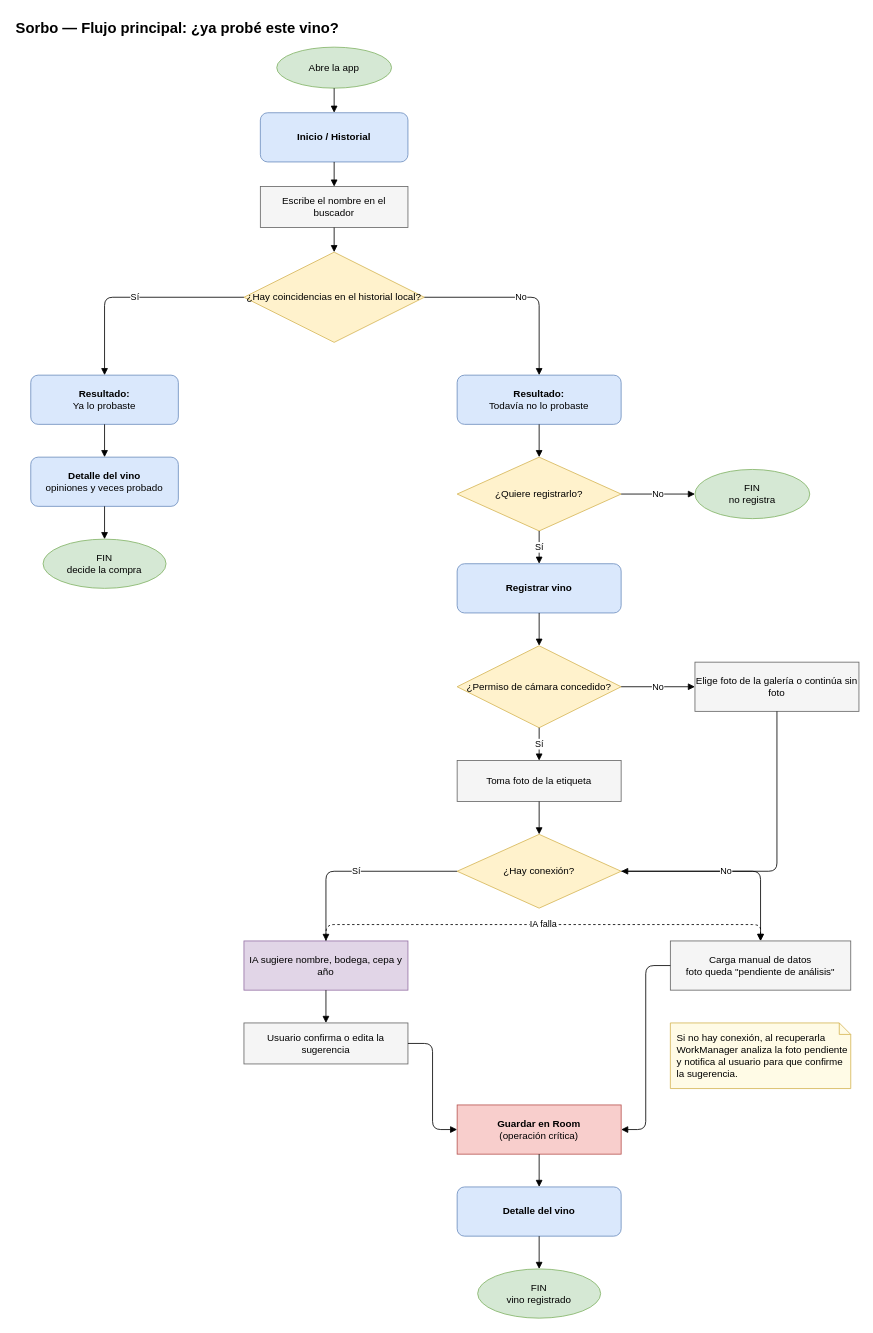
Before: page "Flujo de pantallas" (1 of 5) of docs/diagramas/sorbo.drawio in alejogarciabosio/sorbo-app, a draw.io diagram. Source tidied: cells renumbered, new cells numbered last; positions are measured from the earlier drawing's top-left corner, leaving out a move shared by most shapes. Both pictures are drawn from the tidied source at 82%, with x=0, y=0 at pixel (14, 14).
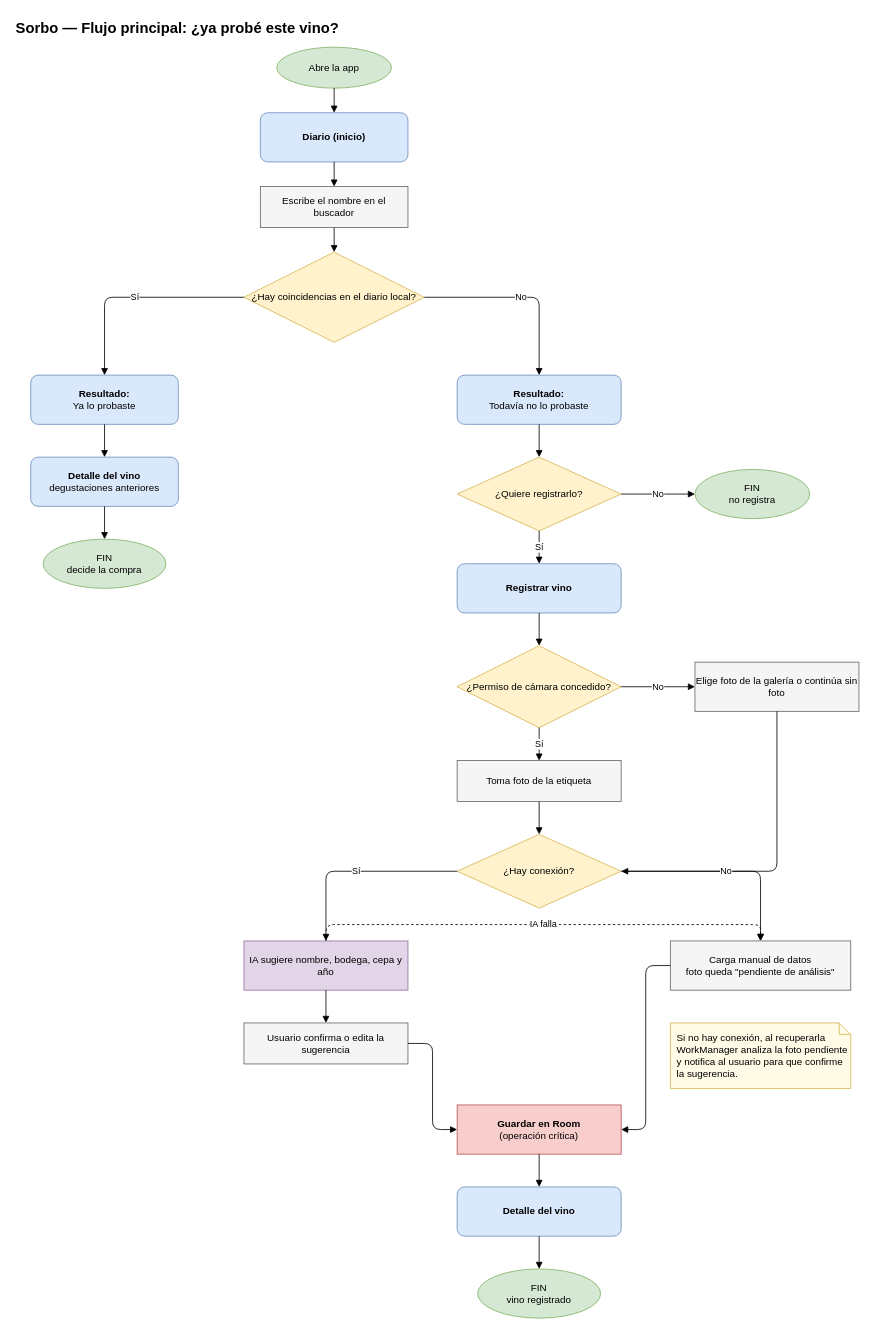
The same diagram, later.

What changed in the source:
```diff
@@
-    <mxCell id="4" value="&lt;b&gt;Inicio / Historial&lt;/b&gt;" style="rounded=1;whiteSpace=wrap;html=1;fillColor=#dae8fc;strokeColor=#6c8ebf;" parent="1" vertex="1">
+    <mxCell id="4" value="&lt;b&gt;Diario (inicio)&lt;/b&gt;" style="rounded=1;whiteSpace=wrap;html=1;fillColor=#dae8fc;strokeColor=#6c8ebf;" parent="1" vertex="1">
       <mxGeometry x="300" y="120" width="180" height="60" as="geometry" />
     </mxCell>
@@
-    <mxCell id="6" value="¿Hay coincidencias en el historial local?" style="rhombus;whiteSpace=wrap;html=1;fillColor=#fff2cc;strokeColor=#d6b656;" parent="1" vertex="1">
+    <mxCell id="6" value="¿Hay coincidencias en el diario local?" style="rhombus;whiteSpace=wrap;html=1;fillColor=#fff2cc;strokeColor=#d6b656;" parent="1" vertex="1">
       <mxGeometry x="280" y="290" width="220" height="110" as="geometry" />
     </mxCell>
@@
-    <mxCell id="8" value="&lt;b&gt;Detalle del vino&lt;/b&gt;&lt;br&gt;opiniones y veces probado" style="rounded=1;whiteSpace=wrap;html=1;fillColor=#dae8fc;strokeColor=#6c8ebf;" parent="1" vertex="1">
+    <mxCell id="8" value="&lt;b&gt;Detalle del vino&lt;/b&gt;&lt;br&gt;degustaciones anteriores" style="rounded=1;whiteSpace=wrap;html=1;fillColor=#dae8fc;strokeColor=#6c8ebf;" parent="1" vertex="1">
       <mxGeometry x="20" y="540" width="180" height="60" as="geometry" />
     </mxCell>
```
